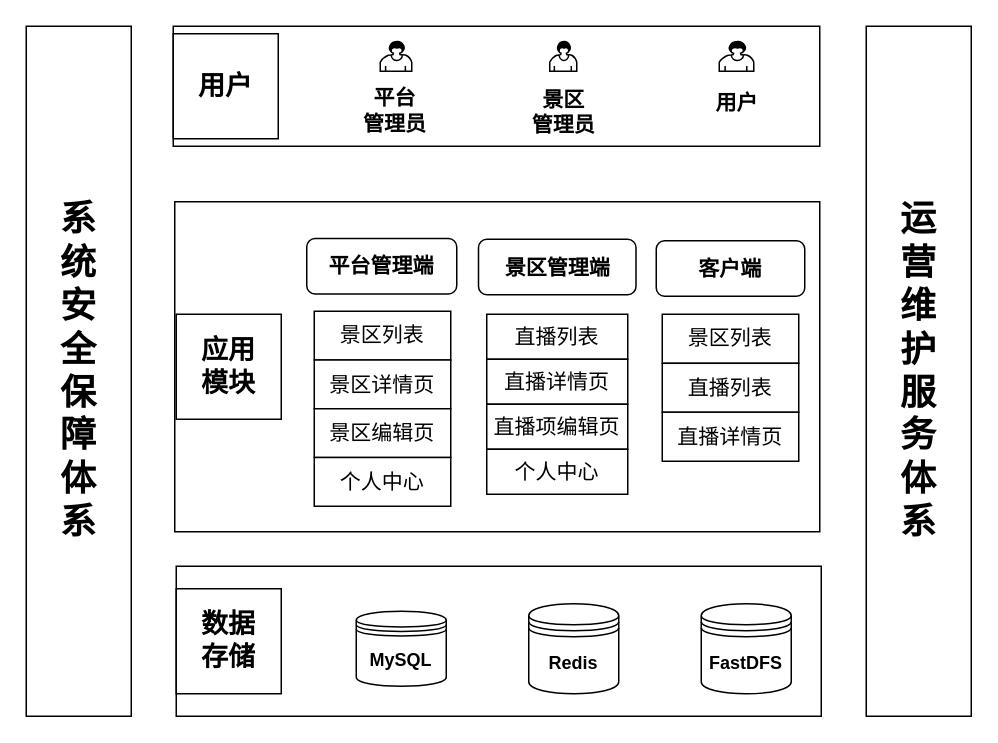
Before: 5G直播系统架构图.drawio in haycheng/draw.io, a draw.io diagram. Source tidied: cells renumbered, new cells numbered last; positions are measured from the earlier drawing's top-left corner, leaving out a move shared by most shapes. Both pictures are drawn from the tidied source at 150%, with x=0, y=0 at pixel (26, 26).
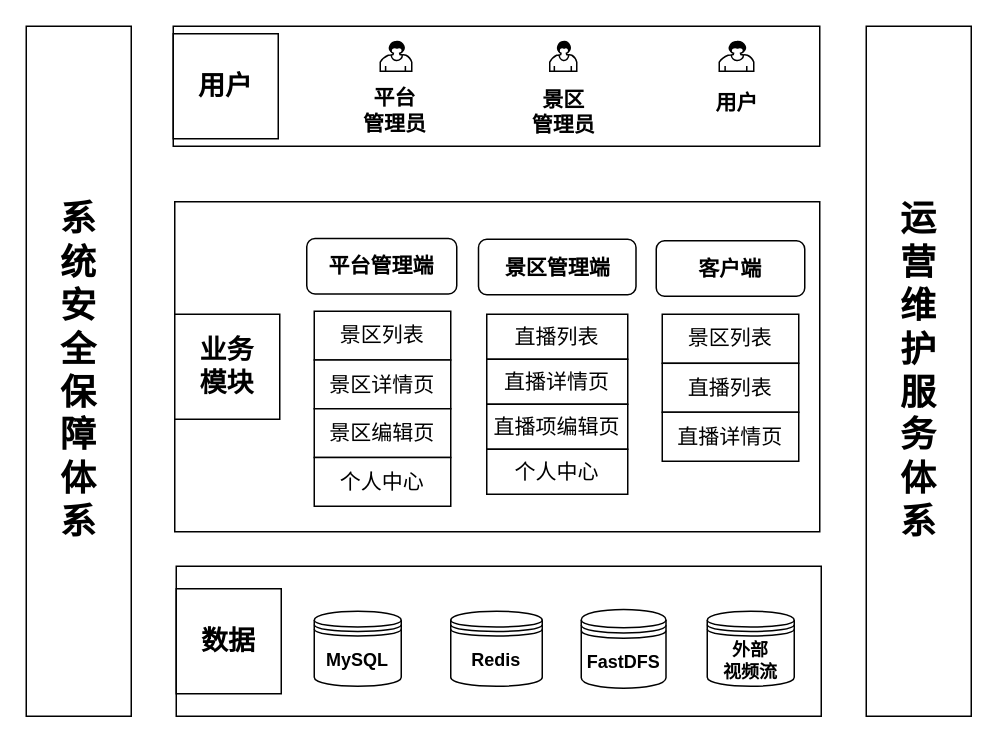
The same diagram, later.

Commit message:
Update 5G直播系统架构图.drawio

Change to the diagram source:
```diff
@@
-    <mxCell id="4" value="&lt;b&gt;&lt;font style=&quot;font-size: 18px&quot;&gt;数据&lt;br&gt;存储&lt;br&gt;&lt;/font&gt;&lt;/b&gt;" style="rounded=0;whiteSpace=wrap;html=1;" parent="1" vertex="1">
+    <mxCell id="4" value="&lt;b&gt;&lt;font style=&quot;font-size: 18px&quot;&gt;数据&lt;br&gt;&lt;/font&gt;&lt;/b&gt;" style="rounded=0;whiteSpace=wrap;html=1;" parent="1" vertex="1">
       <mxGeometry x="100" y="375" width="70" height="70" as="geometry" />
     </mxCell>
     <mxCell id="5" value="MySQL" style="shape=datastore;whiteSpace=wrap;html=1;fontStyle=1;" parent="1" vertex="1">
-      <mxGeometry x="220" y="390" width="60" height="50" as="geometry" />
+      <mxGeometry x="192" y="390" width="58" height="50" as="geometry" />
     </mxCell>
     <mxCell id="6" value="Redis" style="shape=datastore;whiteSpace=wrap;html=1;fontStyle=1;" parent="1" vertex="1">
-      <mxGeometry x="335" y="385" width="60" height="60" as="geometry" />
+      <mxGeometry x="283" y="390" width="61" height="50" as="geometry" />
     </mxCell>
     <mxCell id="7" value="FastDFS" style="shape=datastore;whiteSpace=wrap;html=1;fontStyle=1;" parent="1" vertex="1">
-      <mxGeometry x="450" y="385" width="60" height="60" as="geometry" />
+      <mxGeometry x="370" y="388.8" width="56.5" height="52.5" as="geometry" />
     </mxCell>
@@
-    <mxCell id="9" value="&lt;b&gt;&lt;font style=&quot;font-size: 18px&quot;&gt;应用&lt;br&gt;模块&lt;br&gt;&lt;/font&gt;&lt;/b&gt;" style="rounded=0;whiteSpace=wrap;html=1;" parent="1" vertex="1">
-      <mxGeometry x="100" y="192" width="70" height="70" as="geometry" />
+    <mxCell id="9" value="&lt;b&gt;&lt;font style=&quot;font-size: 18px&quot;&gt;业务&lt;br&gt;模块&lt;br&gt;&lt;/font&gt;&lt;/b&gt;" style="rounded=0;whiteSpace=wrap;html=1;" parent="1" vertex="1">
+      <mxGeometry x="99" y="192" width="70" height="70" as="geometry" />
     </mxCell>
@@
+    <mxCell id="36" value="外部&lt;br&gt;视频流" style="shape=datastore;whiteSpace=wrap;html=1;fontStyle=1;" parent="1" vertex="1">
+      <mxGeometry x="454" y="390" width="58" height="50" as="geometry" />
+    </mxCell>
```
